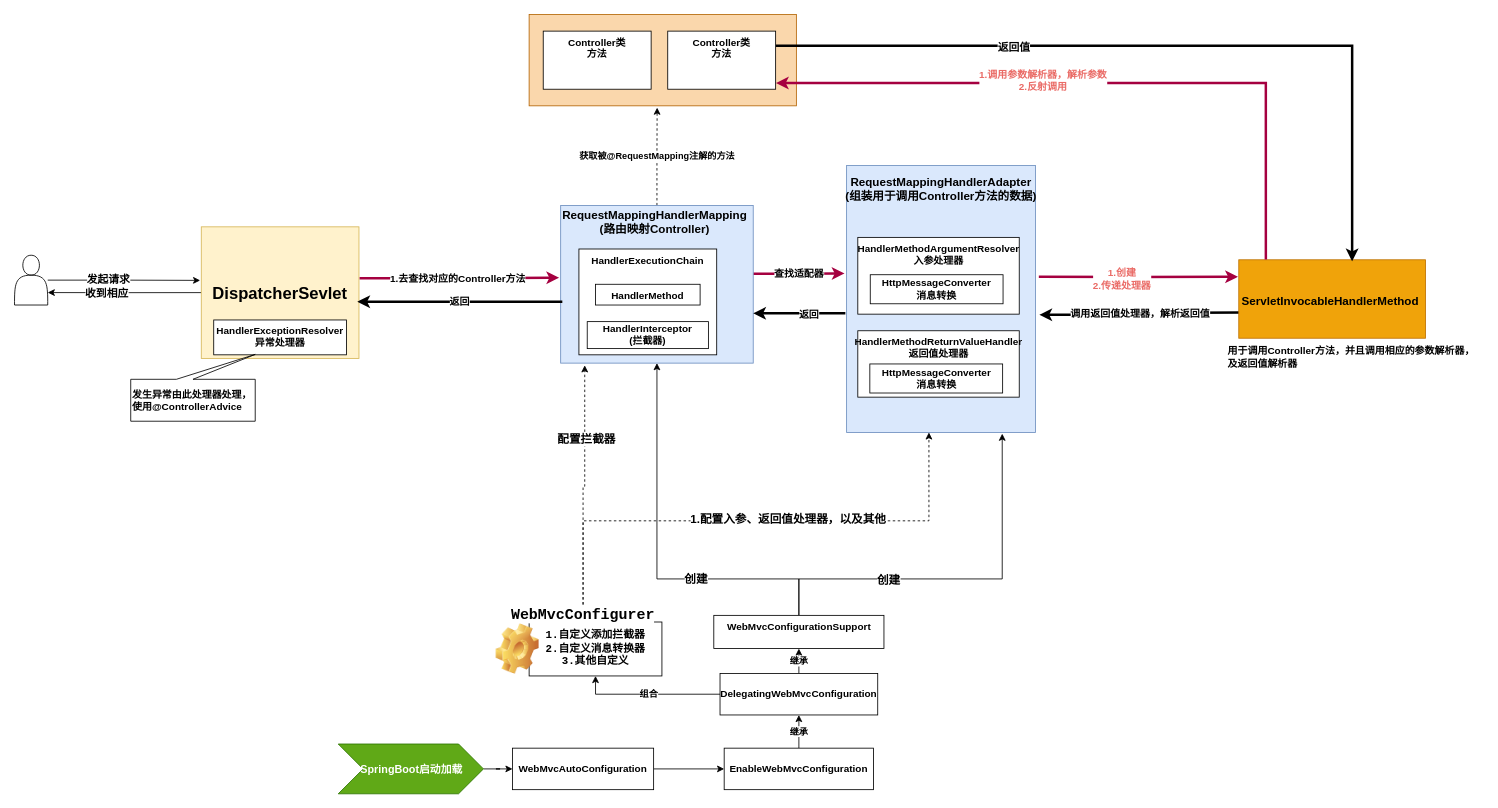
Before: src/Untitled Diagram.drawio in CoderUDream/JavaDemo, a draw.io diagram. Source tidied: cells renumbered, new cells numbered last; positions are measured from the earlier drawing's top-left corner, leaving out a move shared by most shapes. Both pictures are drawn from the tidied source at 83%, with x=0, y=0 at pixel (14, 14).
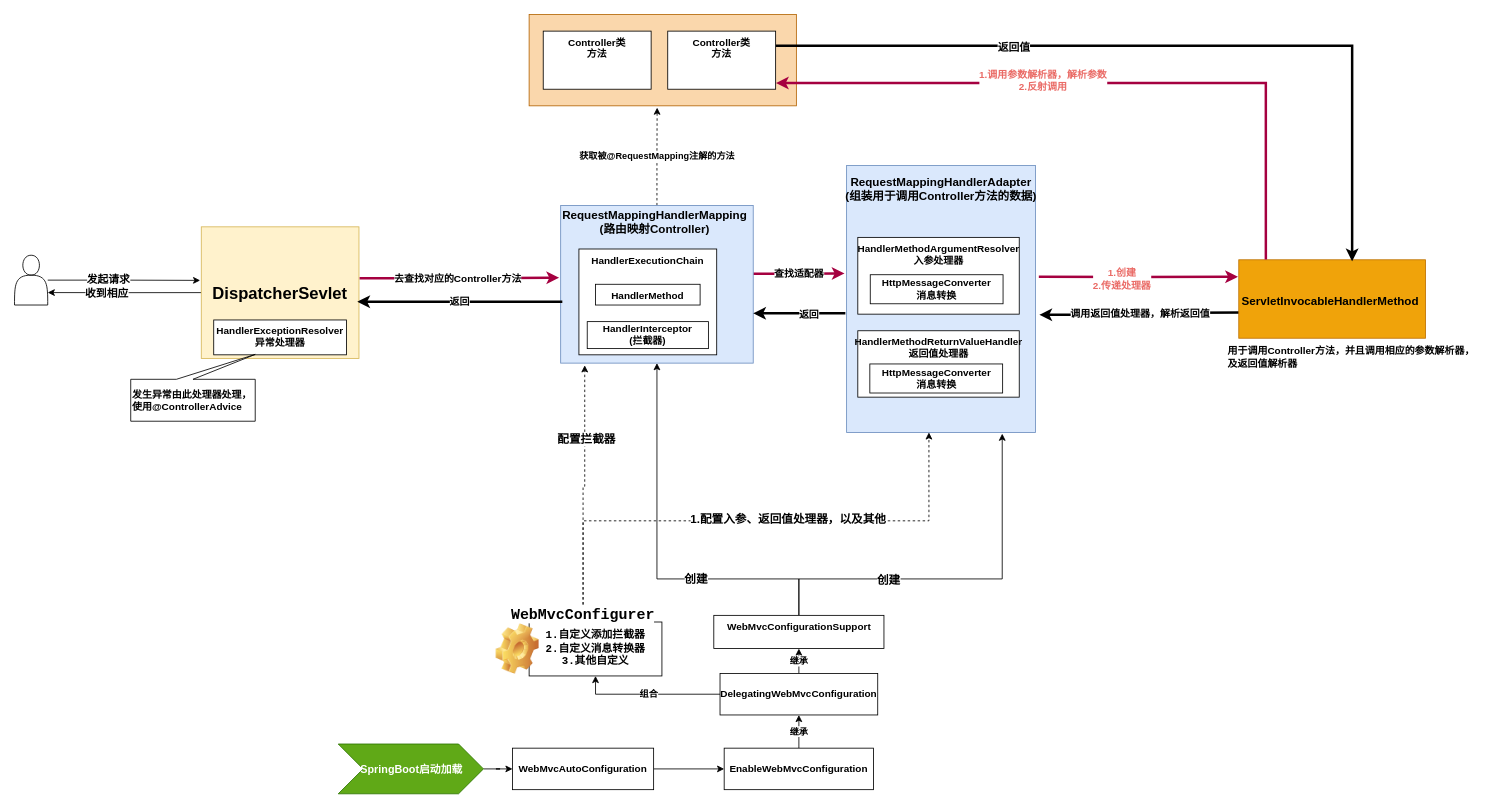
Above is the later version.

The change refers to these unchanged cells:
```xml
<mxCell id="51" style="edgeStyle=orthogonalEdgeStyle;rounded=0;jettySize=auto;html=1;fontColor=#000000;fillColor=#d80073;strokeColor=#A50040;strokeWidth=3;entryX=-0.008;entryY=0.458;entryDx=0;entryDy=0;entryPerimeter=0;exitX=1.004;exitY=0.391;exitDx=0;exitDy=0;exitPerimeter=0;fontStyle=1;" parent="1" edge="1" source="38" target="18">
  <mxGeometry relative="1" as="geometry" />
</mxCell>
```

The edit, as a diff of the source:
```diff
@@
-    <mxCell id="52" value="1.去查找对应的Controller方法" style="edgeLabel;html=1;align=center;verticalAlign=middle;fontColor=#000000;fontStyle=1;fontSize=12;" parent="51" vertex="1">
+    <mxCell id="52" value="去查找对应的Controller方法" style="edgeLabel;html=1;align=center;verticalAlign=middle;fontColor=#000000;fontStyle=1;fontSize=12;" parent="51" vertex="1">
       <mxGeometry x="0.29" y="-1" relative="1" as="geometry">
         <mxPoint x="-37" as="offset" />
       </mxGeometry>
     </mxCell>
```
